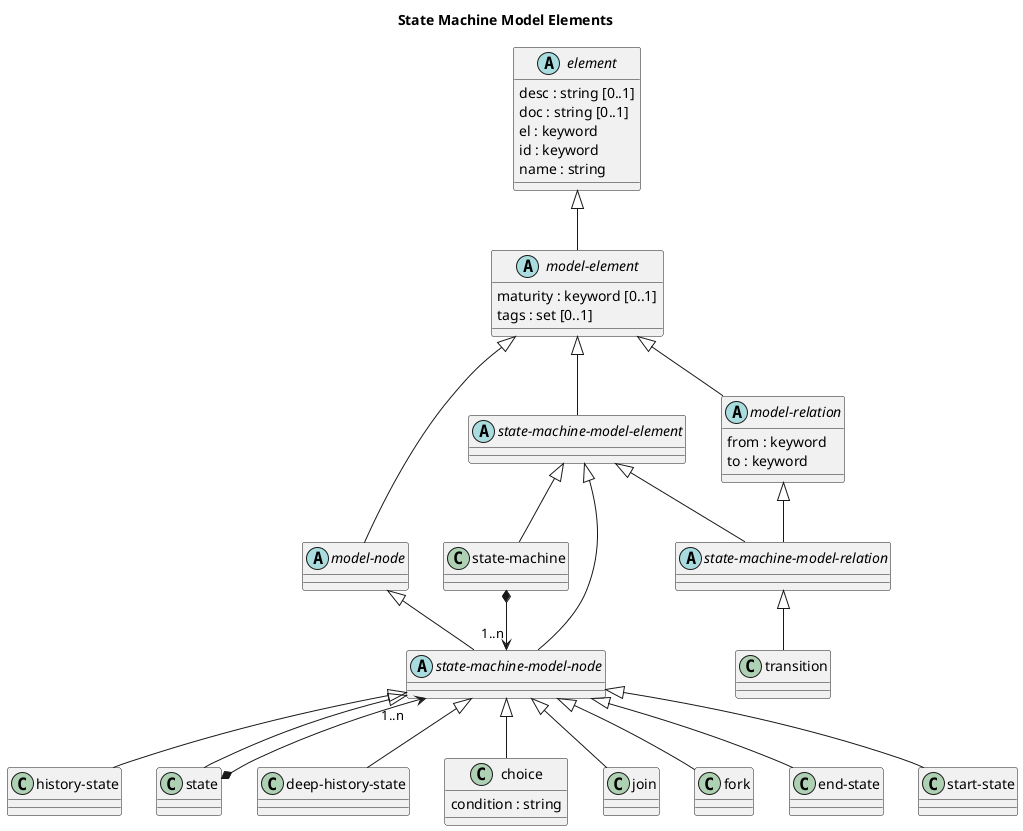
soulspace-org/overarch keeps this PlantUML diagram as docs/overarch/data-model/state-machine-model-elements.png. Above is the earlier version.
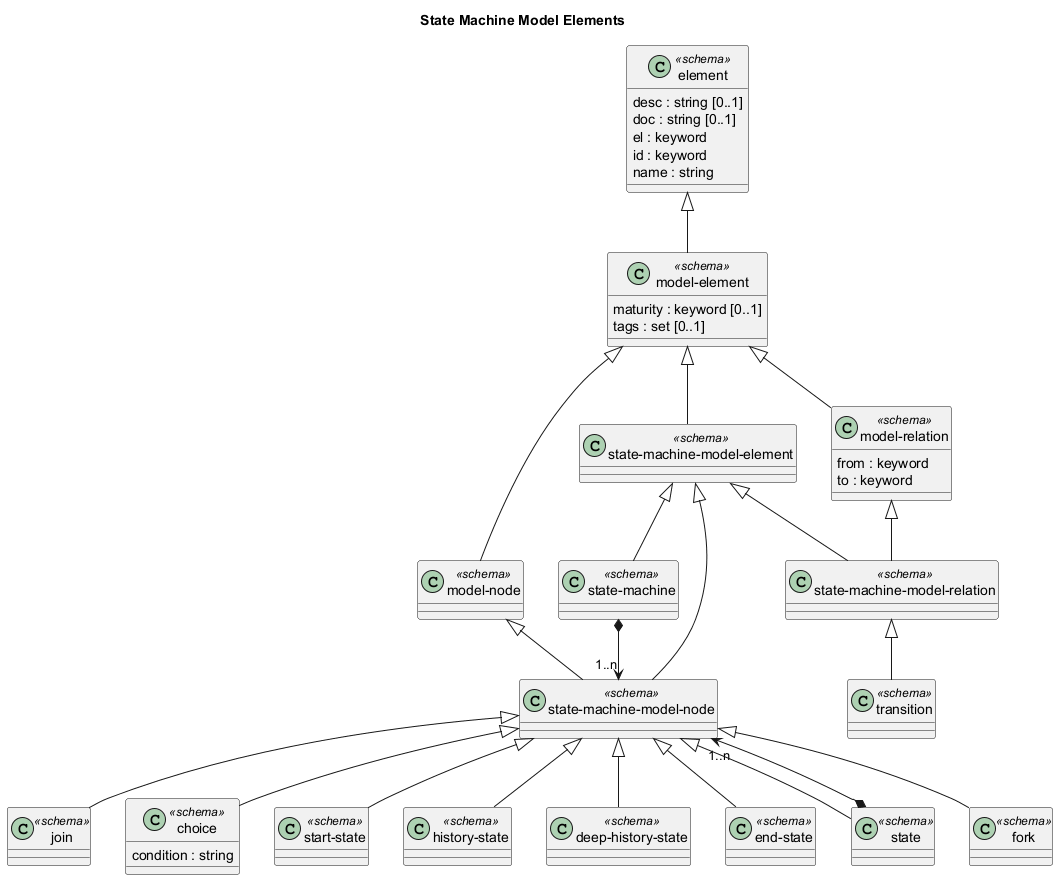
The same diagram one commit later.

Diff of the diagram source:
```diff
@@ -7,37 +7,37 @@
 
 title State Machine Model Elements
 
-class "history-state" as overarch_dataModel_historyState {}
-abstract class "state-machine-model-element" as overarch_dataModel_stateMachineModelElement {}
-abstract class "model-element" as overarch_dataModel_modelElement {
+class "join" as overarch_dataModel_join <<schema>> {}
+class "model-element" as overarch_dataModel_modelElement <<schema>> {
   maturity : keyword [0..1]
   tags : set [0..1]
 }
-class "deep-history-state" as overarch_dataModel_deepHistoryState {}
-class "choice" as overarch_dataModel_choice {
+class "state-machine" as overarch_dataModel_stateMachine <<schema>> {}
+class "choice" as overarch_dataModel_choice <<schema>> {
   condition : string
 }
-class "state" as overarch_dataModel_state {}
-class "state-machine" as overarch_dataModel_stateMachine {}
-abstract class "model-node" as overarch_dataModel_modelNode {}
-abstract class "model-relation" as overarch_dataModel_modelRelation {
-  from : keyword
-  to : keyword
-}
-class "join" as overarch_dataModel_join {}
-class "fork" as overarch_dataModel_fork {}
-abstract class "state-machine-model-relation" as overarch_dataModel_stateMachineModelRelation {}
-class "transition" as overarch_dataModel_transition {}
-class "end-state" as overarch_dataModel_endState {}
-abstract class "state-machine-model-node" as overarch_dataModel_stateMachineModelNode {}
-abstract class "element" as overarch_dataModel_element {
+class "transition" as overarch_dataModel_transition <<schema>> {}
+class "start-state" as overarch_dataModel_startState <<schema>> {}
+class "state-machine-model-node" as overarch_dataModel_stateMachineModelNode <<schema>> {}
+class "history-state" as overarch_dataModel_historyState <<schema>> {}
+class "model-node" as overarch_dataModel_modelNode <<schema>> {}
+class "state-machine-model-element" as overarch_dataModel_stateMachineModelElement <<schema>> {}
+class "deep-history-state" as overarch_dataModel_deepHistoryState <<schema>> {}
+class "end-state" as overarch_dataModel_endState <<schema>> {}
+class "element" as overarch_dataModel_element <<schema>> {
   desc : string [0..1]
   doc : string [0..1]
   el : keyword
   id : keyword
   name : string
 }
-class "start-state" as overarch_dataModel_startState {}
+class "model-relation" as overarch_dataModel_modelRelation <<schema>> {
+  from : keyword
+  to : keyword
+}
+class "state" as overarch_dataModel_state <<schema>> {}
+class "state-machine-model-relation" as overarch_dataModel_stateMachineModelRelation <<schema>> {}
+class "fork" as overarch_dataModel_fork <<schema>> {}
 overarch_dataModel_stateMachineModelNode <|-- overarch_dataModel_choice
 overarch_dataModel_element <|-- overarch_dataModel_modelElement
 overarch_dataModel_modelElement <|-- overarch_dataModel_modelNode
```
